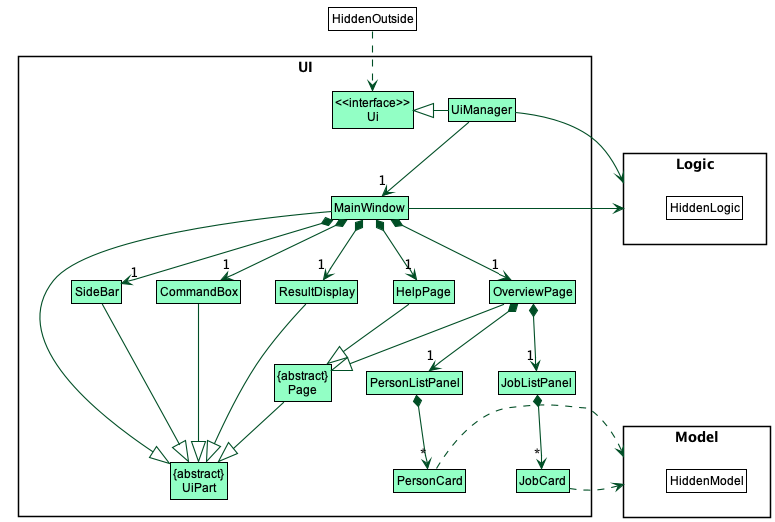
Above: docs/images/UiClassDiagram.png in zhongfu/tp (PlantUML), before the change.
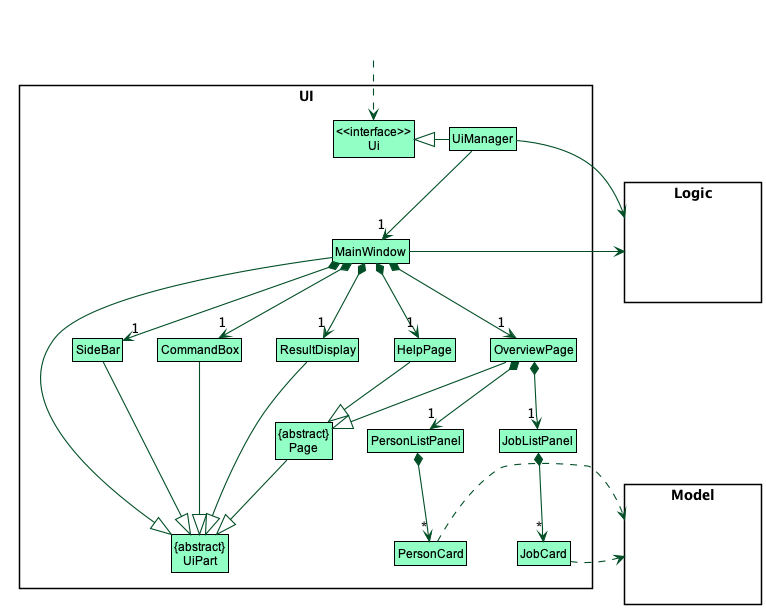
Above is the later version.

Change to the diagram source:
```diff
@@ -3,6 +3,18 @@
 skinparam arrowThickness 1.1
 skinparam arrowColor UI_COLOR_T4
 skinparam classBackgroundColor UI_COLOR
+
+skinparam rectangle {
+    BorderColor<<PLACEHOLDER>> transparent
+    FontColor<<PLACEHOLDER>> transparent
+    StereotypeFontColor<<PLACEHOLDER>> transparent
+    BorderColor<<i>> transparent
+    FontColor<<i>> transparent
+    StereotypeFontColor<<i>> transparent
+}
+
+rectangle arrowFromNowhere <<PLACEHOLDER>> {
+}
 
 package UI <<Rectangle>>{
 Class "<<interface>>\nUi" as Ui
@@ -24,15 +36,16 @@
 }
 
 package Model <<Rectangle>> {
-Class HiddenModel #FFFFFF
+    rectangle a <<i>> {
+    }
 }
 
 package Logic <<Rectangle>> {
-Class HiddenLogic #FFFFFF
+    rectangle b <<i>> {
+    }
 }
 
-Class HiddenOutside #FFFFFF
-HiddenOutside ..> Ui
+arrowFromNowhere ..> Ui
 
 UiManager -left-|> Ui
 UiManager -down-> "1" MainWindow
```
